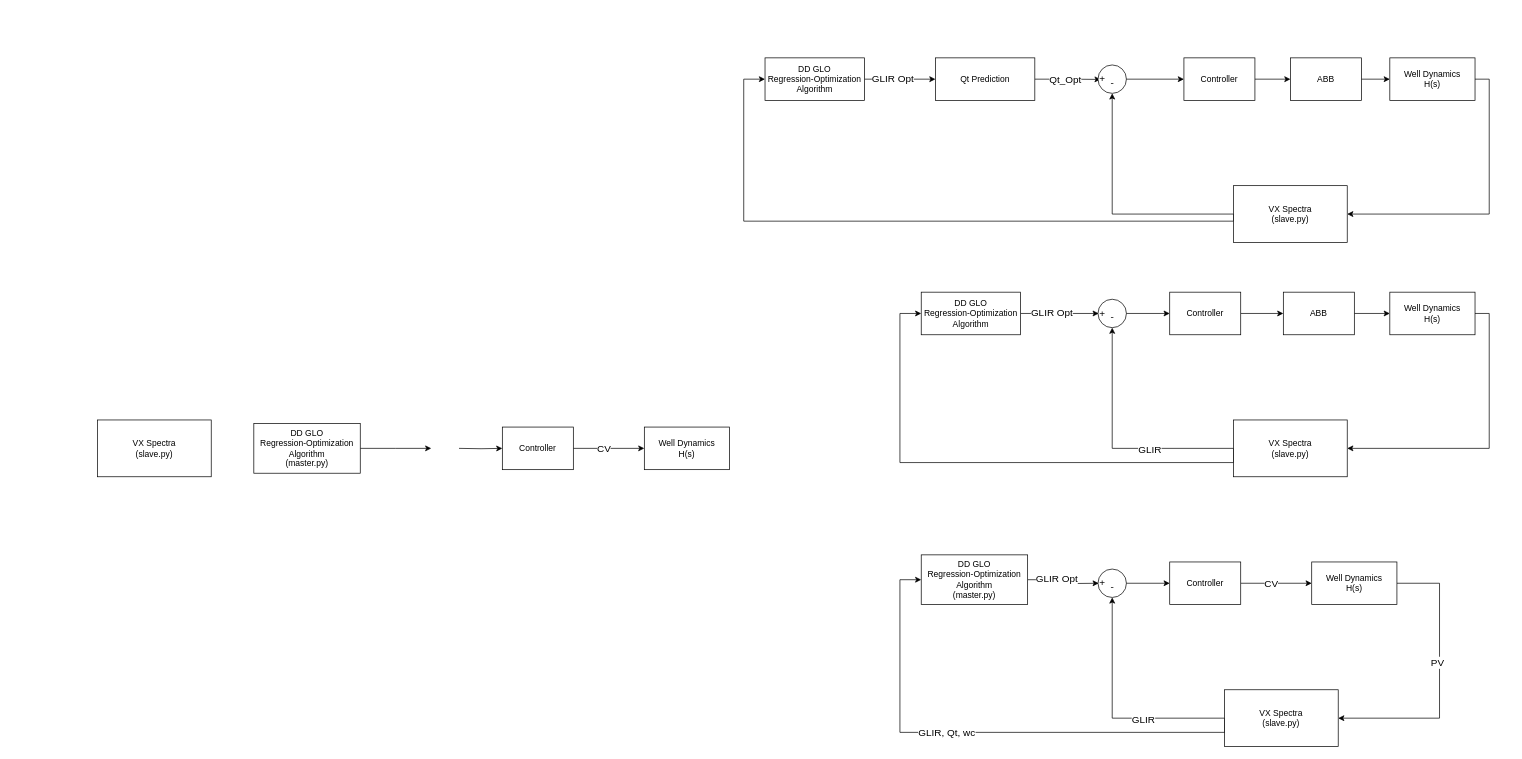
This is System.drawio from anandacahyow/DD_GLO, a draw.io file, before an edit. Source tidied: cells renumbered, new cells numbered last; positions are measured from the earlier drawing's top-left corner, leaving out a move shared by most shapes. Both pictures are drawn from the tidied source at 71%, with x=0, y=0 at pixel (97, 58).
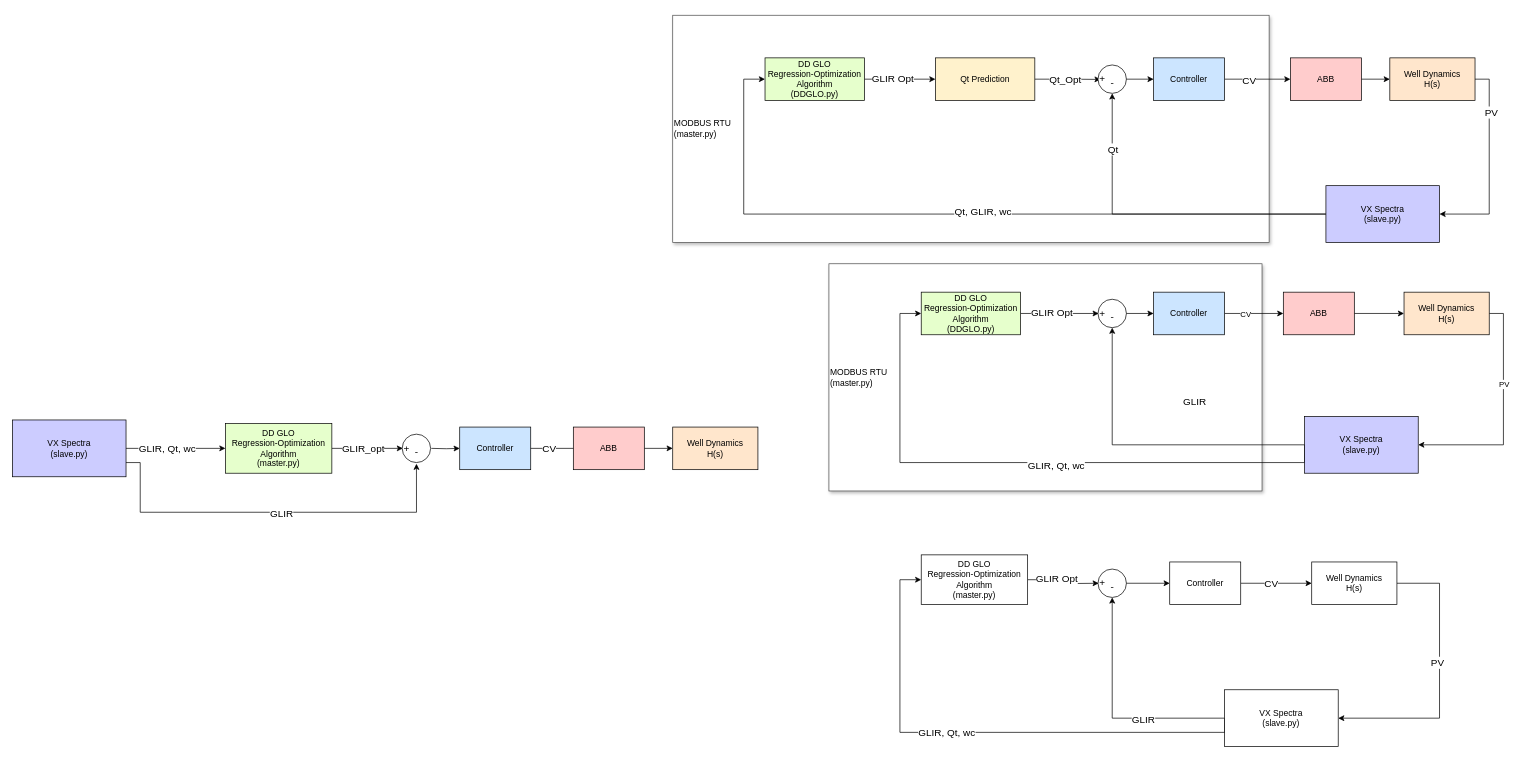
The same diagram, later.

The change refers to these unchanged cells:
```xml
<mxCell id="2" style="edgeStyle=orthogonalEdgeStyle;rounded=0;jettySize=auto;html=1;exitX=0;exitY=0.5;exitDx=0;exitDy=0;fontSize=14;" parent="1" edge="1" source="4" target="18">
  <mxGeometry relative="1" as="geometry" />
</mxCell>
<mxCell id="5" style="edgeStyle=orthogonalEdgeStyle;rounded=0;jettySize=auto;html=1;exitX=1;exitY=0.5;exitDx=0;exitDy=0;entryX=1;entryY=0.5;entryDx=0;entryDy=0;" parent="1" edge="1" source="6" target="4">
  <mxGeometry relative="1" as="geometry" />
</mxCell>
<mxCell id="19" style="edgeStyle=orthogonalEdgeStyle;rounded=0;jettySize=auto;html=1;exitX=1;exitY=0.5;exitDx=0;exitDy=0;entryX=0;entryY=0.5;entryDx=0;entryDy=0;fontSize=14;" parent="1" edge="1" source="20" target="8">
  <mxGeometry relative="1" as="geometry" />
</mxCell>
<mxCell id="22" style="edgeStyle=orthogonalEdgeStyle;rounded=0;jettySize=auto;html=1;exitX=0;exitY=0.5;exitDx=0;exitDy=0;fontSize=14;" parent="1" edge="1" source="25" target="36">
  <mxGeometry relative="1" as="geometry" />
</mxCell>
<mxCell id="26" style="edgeStyle=orthogonalEdgeStyle;rounded=0;jettySize=auto;html=1;exitX=1;exitY=0.5;exitDx=0;exitDy=0;entryX=1;entryY=0.5;entryDx=0;entryDy=0;" parent="1" edge="1" source="27" target="25">
  <mxGeometry relative="1" as="geometry" />
</mxCell>
<mxCell id="37" style="edgeStyle=orthogonalEdgeStyle;rounded=0;jettySize=auto;html=1;exitX=1;exitY=0.5;exitDx=0;exitDy=0;entryX=0;entryY=0.5;entryDx=0;entryDy=0;fontSize=14;" parent="1" edge="1" source="38" target="29">
  <mxGeometry relative="1" as="geometry" />
</mxCell>
```

Diff of the diagram source:
```diff
@@
+    <mxCell id="67" value="MODBUS RTU&lt;br&gt;&lt;div style=&quot;&quot;&gt;&lt;span style=&quot;background-color: initial;&quot;&gt;(master.py)&lt;/span&gt;&lt;/div&gt;" style="rounded=0;whiteSpace=wrap;html=1;strokeColor=#4D4D4D;fillColor=#FFFFFF;shadow=1;align=left;" parent="1" vertex="1">
+      <mxGeometry x="810" y="-60" width="840" height="320" as="geometry" />
+    </mxCell>
+    <mxCell id="68" value="MODBUS RTU&lt;br&gt;&lt;div style=&quot;&quot;&gt;&lt;span style=&quot;background-color: initial;&quot;&gt;(master.py)&lt;/span&gt;&lt;/div&gt;" style="rounded=0;whiteSpace=wrap;html=1;strokeColor=#4D4D4D;fillColor=#FFFFFF;shadow=1;align=left;" parent="1" vertex="1">
+      <mxGeometry x="1030" y="290" width="610" height="320" as="geometry" />
+    </mxCell>
@@
+    <mxCell id="69" value="&lt;font style=&quot;font-size: 14px;&quot;&gt;Qt&lt;/font&gt;" style="edgeLabel;html=1;align=center;verticalAlign=middle;" parent="2" vertex="1">
+      <mxGeometry x="0.37" relative="1" as="geometry">
+        <mxPoint y="-70" as="offset" />
+      </mxGeometry>
+    </mxCell>
     <mxCell id="3" style="edgeStyle=orthogonalEdgeStyle;rounded=0;jettySize=auto;html=1;exitX=0;exitY=0.5;exitDx=0;exitDy=0;entryX=0;entryY=0.5;entryDx=0;entryDy=0;fontSize=14;" parent="1" edge="1" source="4" target="11">
       <mxGeometry relative="1" as="geometry">
         <Array as="points">
-          <mxPoint x="1600" y="230" />
-          <mxPoint x="910" y="230" />
+          <mxPoint x="910" y="220" />
           <mxPoint x="910" y="30" />
         </Array>
       </mxGeometry>
     </mxCell>
+    <mxCell id="70" value="Qt, GLIR, wc" style="edgeLabel;html=1;align=center;verticalAlign=middle;fontSize=14;" parent="3" vertex="1">
+      <mxGeometry x="-0.07" y="-4" relative="1" as="geometry" />
+    </mxCell>
-    <mxCell id="4" value="VX Spectra&lt;br&gt;(slave.py)" style="rounded=0;whiteSpace=wrap;html=1;" parent="1" vertex="1">
-      <mxGeometry x="1600" y="180" width="160" height="80" as="geometry" />
+    <mxCell id="4" value="VX Spectra&lt;br&gt;(slave.py)" style="rounded=0;whiteSpace=wrap;html=1;fillColor=#CCCCFF;" parent="1" vertex="1">
+      <mxGeometry x="1730" y="180" width="160" height="80" as="geometry" />
     </mxCell>
@@
+    <mxCell id="71" value="PV" style="edgeLabel;html=1;align=center;verticalAlign=middle;fontSize=14;" parent="5" vertex="1">
+      <mxGeometry x="-0.53" y="2" relative="1" as="geometry" />
+    </mxCell>
-    <mxCell id="6" value="Well Dynamics&lt;br&gt;H(s)" style="rounded=0;whiteSpace=wrap;html=1;" parent="1" vertex="1">
+    <mxCell id="6" value="Well Dynamics&lt;br&gt;H(s)" style="rounded=0;whiteSpace=wrap;html=1;fillColor=#FFE6CC;" parent="1" vertex="1">
       <mxGeometry x="1820" width="120" height="60" as="geometry" />
     </mxCell>
@@
-    <mxCell id="8" value="ABB" style="rounded=0;whiteSpace=wrap;html=1;" parent="1" vertex="1">
+    <mxCell id="8" value="ABB" style="rounded=0;whiteSpace=wrap;html=1;fillColor=#FFCCCC;" parent="1" vertex="1">
       <mxGeometry x="1680" width="100" height="60" as="geometry" />
     </mxCell>
@@
-    <mxCell id="11" value="DD GLO&lt;br&gt;Regression-Optimization Algorithm" style="rounded=0;whiteSpace=wrap;html=1;" parent="1" vertex="1">
+    <mxCell id="11" value="DD GLO&lt;br&gt;Regression-Optimization Algorithm&lt;br&gt;(DDGLO.py)" style="rounded=0;whiteSpace=wrap;html=1;fillColor=#E6FFCC;" parent="1" vertex="1">
       <mxGeometry x="940" width="140" height="60" as="geometry" />
     </mxCell>
@@
-    <mxCell id="14" value="Qt Prediction" style="rounded=0;whiteSpace=wrap;html=1;" parent="1" vertex="1">
+    <mxCell id="14" value="Qt Prediction" style="rounded=0;whiteSpace=wrap;html=1;fillColor=#FFF2CC;" parent="1" vertex="1">
       <mxGeometry x="1180" width="140" height="60" as="geometry" />
     </mxCell>
@@
+    <mxCell id="72" value="CV" style="edgeLabel;html=1;align=center;verticalAlign=middle;fontSize=14;" parent="19" vertex="1">
+      <mxGeometry x="-0.26" y="-2" relative="1" as="geometry" />
+    </mxCell>
-    <mxCell id="20" value="Controller" style="rounded=0;whiteSpace=wrap;html=1;" parent="1" vertex="1">
-      <mxGeometry x="1530" width="100" height="60" as="geometry" />
+    <mxCell id="20" value="Controller" style="rounded=0;whiteSpace=wrap;html=1;fillColor=#CCE5FF;" parent="1" vertex="1">
+      <mxGeometry x="1487.3" width="100" height="60" as="geometry" />
     </mxCell>
@@
     <mxCell id="23" value="GLIR" style="edgeLabel;html=1;align=center;verticalAlign=middle;fontSize=14;" parent="22" vertex="1">
-      <mxGeometry x="-0.3" y="1" relative="1" as="geometry" />
+      <mxGeometry x="-0.3" y="1" relative="1" as="geometry">
+        <mxPoint x="-3" y="-63" as="offset" />
+      </mxGeometry>
     </mxCell>
     <mxCell id="24" style="edgeStyle=orthogonalEdgeStyle;rounded=0;jettySize=auto;html=1;exitX=0;exitY=0.5;exitDx=0;exitDy=0;entryX=0;entryY=0.5;entryDx=0;entryDy=0;fontSize=14;" parent="1" edge="1" source="25" target="32">
       <mxGeometry relative="1" as="geometry">
         <Array as="points">
-          <mxPoint x="1600" y="570" />
+          <mxPoint x="1700" y="570" />
           <mxPoint x="1130" y="570" />
           <mxPoint x="1130" y="360" />
         </Array>
       </mxGeometry>
     </mxCell>
+    <mxCell id="73" value="&lt;span style=&quot;font-size: 14px;&quot;&gt;GLIR, Qt, wc&lt;/span&gt;" style="edgeLabel;html=1;align=center;verticalAlign=middle;" parent="24" vertex="1">
+      <mxGeometry x="-0.1" y="4" relative="1" as="geometry">
+        <mxPoint y="-1" as="offset" />
+      </mxGeometry>
+    </mxCell>
-    <mxCell id="25" value="VX Spectra&lt;br&gt;(slave.py)" style="rounded=0;whiteSpace=wrap;html=1;" parent="1" vertex="1">
-      <mxGeometry x="1600" y="510" width="160" height="80" as="geometry" />
+    <mxCell id="25" value="VX Spectra&lt;br&gt;(slave.py)" style="rounded=0;whiteSpace=wrap;html=1;fillColor=#CCCCFF;" parent="1" vertex="1">
+      <mxGeometry x="1700" y="505" width="160" height="80" as="geometry" />
     </mxCell>
@@
+    <mxCell id="74" value="PV" style="edgeLabel;html=1;align=center;verticalAlign=middle;" parent="26" vertex="1">
+      <mxGeometry x="-0.29" relative="1" as="geometry">
+        <mxPoint y="4" as="offset" />
+      </mxGeometry>
+    </mxCell>
-    <mxCell id="27" value="Well Dynamics&lt;br&gt;H(s)" style="rounded=0;whiteSpace=wrap;html=1;" parent="1" vertex="1">
-      <mxGeometry x="1820" y="330" width="120" height="60" as="geometry" />
+    <mxCell id="27" value="Well Dynamics&lt;br&gt;H(s)" style="rounded=0;whiteSpace=wrap;html=1;fillColor=#FFE6CC;" parent="1" vertex="1">
+      <mxGeometry x="1840" y="330" width="120" height="60" as="geometry" />
     </mxCell>
@@
-    <mxCell id="29" value="ABB" style="rounded=0;whiteSpace=wrap;html=1;" parent="1" vertex="1">
+    <mxCell id="29" value="ABB" style="rounded=0;whiteSpace=wrap;html=1;fillColor=#FFCCCC;" parent="1" vertex="1">
       <mxGeometry x="1670" y="330" width="100" height="60" as="geometry" />
     </mxCell>
@@
-    <mxCell id="32" value="DD GLO&lt;br&gt;Regression-Optimization Algorithm" style="rounded=0;whiteSpace=wrap;html=1;" parent="1" vertex="1">
+    <mxCell id="32" value="DD GLO&lt;br&gt;Regression-Optimization Algorithm&lt;br&gt;(DDGLO.py)" style="rounded=0;whiteSpace=wrap;html=1;fillColor=#E6FFCC;" parent="1" vertex="1">
       <mxGeometry x="1160" y="330" width="140" height="60" as="geometry" />
     </mxCell>
@@
+    <mxCell id="75" value="CV" style="edgeLabel;html=1;align=center;verticalAlign=middle;" parent="37" vertex="1">
+      <mxGeometry x="-0.29" y="-1" relative="1" as="geometry" />
+    </mxCell>
-    <mxCell id="38" value="Controller" style="rounded=0;whiteSpace=wrap;html=1;" parent="1" vertex="1">
-      <mxGeometry x="1510" y="330" width="100" height="60" as="geometry" />
+    <mxCell id="38" value="Controller" style="rounded=0;whiteSpace=wrap;html=1;fillColor=#CCE5FF;" parent="1" vertex="1">
+      <mxGeometry x="1487.3" y="330" width="100" height="60" as="geometry" />
     </mxCell>
@@
+    <mxCell id="76" style="edgeStyle=orthogonalEdgeStyle;rounded=0;jettySize=auto;html=1;exitX=1;exitY=0.5;exitDx=0;exitDy=0;entryX=0;entryY=0.5;entryDx=0;entryDy=0;fontSize=14;" parent="1" edge="1" source="59" target="62">
+      <mxGeometry relative="1" as="geometry" />
+    </mxCell>
+    <mxCell id="77" value="GLIR, Qt, wc" style="edgeLabel;html=1;align=center;verticalAlign=middle;fontSize=14;" parent="76" vertex="1">
+      <mxGeometry x="-0.18" relative="1" as="geometry" />
+    </mxCell>
+    <mxCell id="78" style="edgeStyle=orthogonalEdgeStyle;rounded=0;jettySize=auto;html=1;exitX=1;exitY=0.75;exitDx=0;exitDy=0;entryX=0.502;entryY=1.055;entryDx=0;entryDy=0;entryPerimeter=0;fontSize=14;" parent="1" edge="1" source="59" target="84">
+      <mxGeometry relative="1" as="geometry">
+        <Array as="points">
+          <mxPoint x="60" y="570" />
+          <mxPoint x="60" y="640" />
+          <mxPoint x="450" y="640" />
+          <mxPoint x="450" y="572" />
+        </Array>
+      </mxGeometry>
+    </mxCell>
+    <mxCell id="79" value="GLIR" style="edgeLabel;html=1;align=center;verticalAlign=middle;fontSize=14;" parent="78" vertex="1">
+      <mxGeometry x="0.22" y="-1" relative="1" as="geometry">
+        <mxPoint x="-46" as="offset" />
+      </mxGeometry>
+    </mxCell>
-    <mxCell id="59" value="VX Spectra&lt;br&gt;(slave.py)" style="rounded=0;whiteSpace=wrap;html=1;" parent="1" vertex="1">
-      <mxGeometry y="510" width="160" height="80" as="geometry" />
+    <mxCell id="59" value="VX Spectra&lt;br&gt;(slave.py)" style="rounded=0;whiteSpace=wrap;html=1;fillColor=#CCCCFF;" parent="1" vertex="1">
+      <mxGeometry x="-120" y="510" width="160" height="80" as="geometry" />
     </mxCell>
-    <mxCell id="60" value="Well Dynamics&lt;br&gt;H(s)" style="rounded=0;whiteSpace=wrap;html=1;" parent="1" vertex="1">
-      <mxGeometry x="770" y="520" width="120" height="60" as="geometry" />
+    <mxCell id="60" value="Well Dynamics&lt;br&gt;H(s)" style="rounded=0;whiteSpace=wrap;html=1;fillColor=#FFE6CC;" parent="1" vertex="1">
+      <mxGeometry x="810" y="520" width="120" height="60" as="geometry" />
     </mxCell>
-    <mxCell id="61" style="edgeStyle=orthogonalEdgeStyle;rounded=0;jettySize=auto;html=1;exitX=1;exitY=0.5;exitDx=0;exitDy=0;entryX=0;entryY=0.5;entryDx=0;entryDy=0;" parent="1" edge="1" source="62">
+    <mxCell id="61" style="edgeStyle=orthogonalEdgeStyle;rounded=0;jettySize=auto;html=1;exitX=1;exitY=0.5;exitDx=0;exitDy=0;" parent="1" edge="1" source="62">
       <mxGeometry relative="1" as="geometry">
-        <mxPoint x="469.9" y="550" as="targetPoint" />
+        <mxPoint x="430" y="550" as="targetPoint" />
       </mxGeometry>
     </mxCell>
+    <mxCell id="80" value="GLIR_opt" style="edgeLabel;html=1;align=center;verticalAlign=middle;fontSize=14;" parent="61" vertex="1">
+      <mxGeometry x="0.16" y="-2" relative="1" as="geometry">
+        <mxPoint x="-14" y="-2" as="offset" />
+      </mxGeometry>
+    </mxCell>
-    <mxCell id="62" value="DD GLO&lt;br&gt;Regression-Optimization Algorithm&lt;br&gt;(master.py)" style="rounded=0;whiteSpace=wrap;html=1;" parent="1" vertex="1">
-      <mxGeometry x="220" y="515" width="149.9" height="70" as="geometry" />
+    <mxCell id="62" value="DD GLO&lt;br&gt;Regression-Optimization Algorithm&lt;br&gt;(master.py)" style="rounded=0;whiteSpace=wrap;html=1;fillColor=#E6FFCC;" parent="1" vertex="1">
+      <mxGeometry x="180" y="515" width="149.9" height="70" as="geometry" />
     </mxCell>
-    <mxCell id="63" style="edgeStyle=orthogonalEdgeStyle;rounded=0;jettySize=auto;html=1;exitX=1;exitY=0.5;exitDx=0;exitDy=0;entryX=0;entryY=0.5;entryDx=0;entryDy=0;fontSize=14;" parent="1" edge="1" source="65" target="60">
+    <mxCell id="63" style="edgeStyle=orthogonalEdgeStyle;rounded=0;jettySize=auto;html=1;exitX=1;exitY=0.5;exitDx=0;exitDy=0;entryX=0;entryY=0.5;entryDx=0;entryDy=0;fontSize=14;startArrow=none;" parent="1" edge="1" source="86" target="60">
       <mxGeometry relative="1" as="geometry" />
     </mxCell>
-    <mxCell id="64" value="CV" style="edgeLabel;html=1;align=center;verticalAlign=middle;fontSize=14;" parent="63" vertex="1">
-      <mxGeometry x="-0.16" relative="1" as="geometry" />
-    </mxCell>
-    <mxCell id="65" value="Controller" style="rounded=0;whiteSpace=wrap;html=1;" parent="1" vertex="1">
-      <mxGeometry x="570" y="520" width="100" height="60" as="geometry" />
+    <mxCell id="65" value="Controller" style="rounded=0;whiteSpace=wrap;html=1;fillColor=#CCE5FF;" parent="1" vertex="1">
+      <mxGeometry x="510" y="520" width="100" height="60" as="geometry" />
     </mxCell>
-    <mxCell id="66" style="edgeStyle=orthogonalEdgeStyle;rounded=0;jettySize=auto;html=1;exitX=1;exitY=0.5;exitDx=0;exitDy=0;entryX=0;entryY=0.5;entryDx=0;entryDy=0;fontSize=14;" parent="1" edge="1" target="65">
-      <mxGeometry relative="1" as="geometry">
-        <mxPoint x="509" y="550" as="sourcePoint" />
-      </mxGeometry>
-    </mxCell>
+    <mxCell id="81" style="group;" parent="1" vertex="1">
+      <mxGeometry x="420" y="530" width="49" height="40" as="geometry" />
+    </mxCell>
+    <mxCell id="82" style="ellipse;whiteSpace=wrap;html=1;" parent="81" vertex="1">
+      <mxGeometry x="9" width="40" height="40" as="geometry" />
+    </mxCell>
+    <mxCell id="83" value="&lt;font style=&quot;font-size: 14px;&quot;&gt;+&lt;/font&gt;" style="text;html=1;align=center;verticalAlign=middle;strokeColor=none;fillColor=none;" parent="81" vertex="1">
+      <mxGeometry y="5" width="30" height="30" as="geometry" />
+    </mxCell>
+    <mxCell id="84" value="&lt;font style=&quot;font-size: 14px;&quot;&gt;-&lt;/font&gt;" style="text;html=1;align=center;verticalAlign=middle;points=[];strokeColor=none;fillColor=none;" parent="81" vertex="1">
+      <mxGeometry x="14" y="10" width="30" height="30" as="geometry" />
+    </mxCell>
+    <mxCell id="85" style="edgeStyle=orthogonalEdgeStyle;rounded=0;jettySize=auto;html=1;entryX=0;entryY=0.5;entryDx=0;entryDy=0;fontSize=14;" parent="1" edge="1" target="65">
+      <mxGeometry relative="1" as="geometry">
+        <mxPoint x="470" y="550" as="sourcePoint" />
+      </mxGeometry>
+    </mxCell>
+    <mxCell id="86" value="ABB" style="rounded=0;whiteSpace=wrap;html=1;fillColor=#FFCCCC;" parent="1" vertex="1">
+      <mxGeometry x="670" y="520" width="100" height="60" as="geometry" />
+    </mxCell>
+    <mxCell id="87" style="edgeStyle=orthogonalEdgeStyle;rounded=0;jettySize=auto;html=1;exitX=1;exitY=0.5;exitDx=0;exitDy=0;entryX=0;entryY=0.5;entryDx=0;entryDy=0;fontSize=14;endArrow=none;" parent="1" edge="1" source="65" target="86">
+      <mxGeometry relative="1" as="geometry" />
+    </mxCell>
+    <mxCell id="88" value="CV" style="edgeLabel;html=1;align=center;verticalAlign=middle;fontSize=14;" parent="87" vertex="1">
+      <mxGeometry x="-0.16" relative="1" as="geometry" />
+    </mxCell>
```
